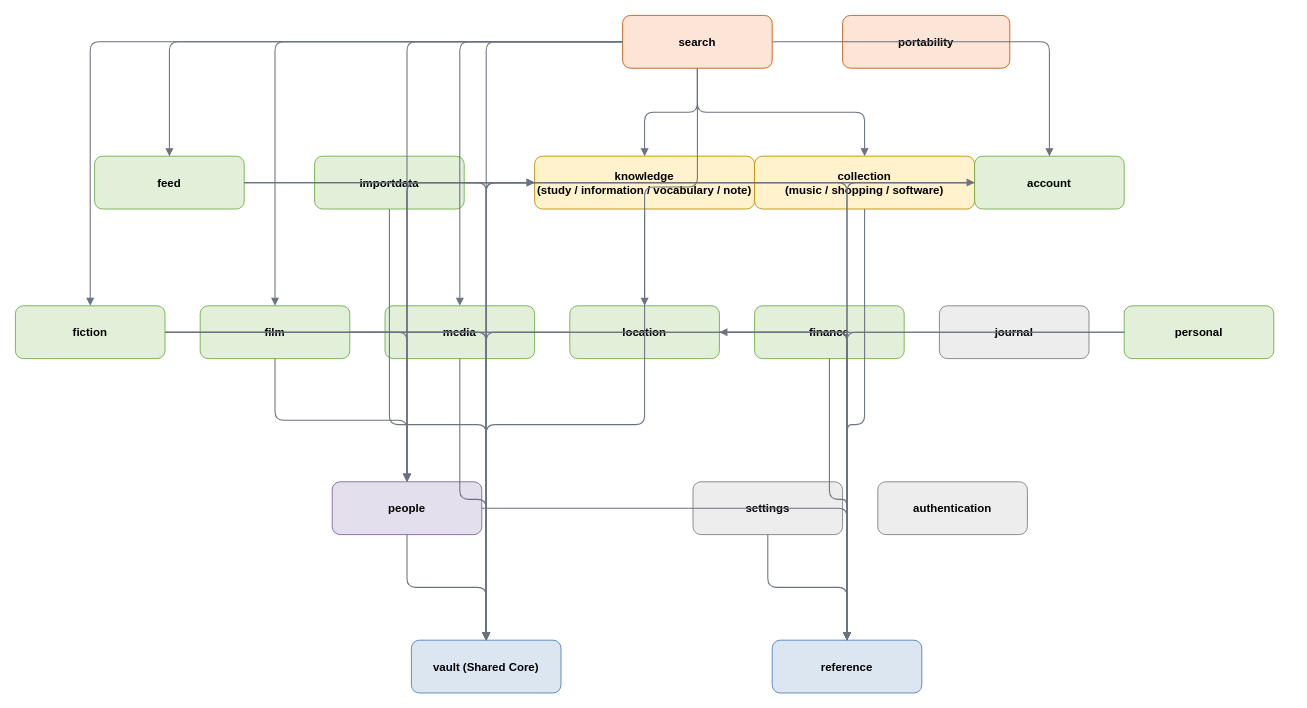
Earlier version of the draw.io diagram docs/architecture/diagrams/source/module-dependencies.drawio (vhvkhangg/personal-private-vault). Source tidied: cells renumbered, new cells numbered last; positions are measured from the earlier drawing's top-left corner, leaving out a move shared by most shapes. Both pictures are drawn from the tidied source at 88%, with x=0, y=0 at pixel (15, 15).
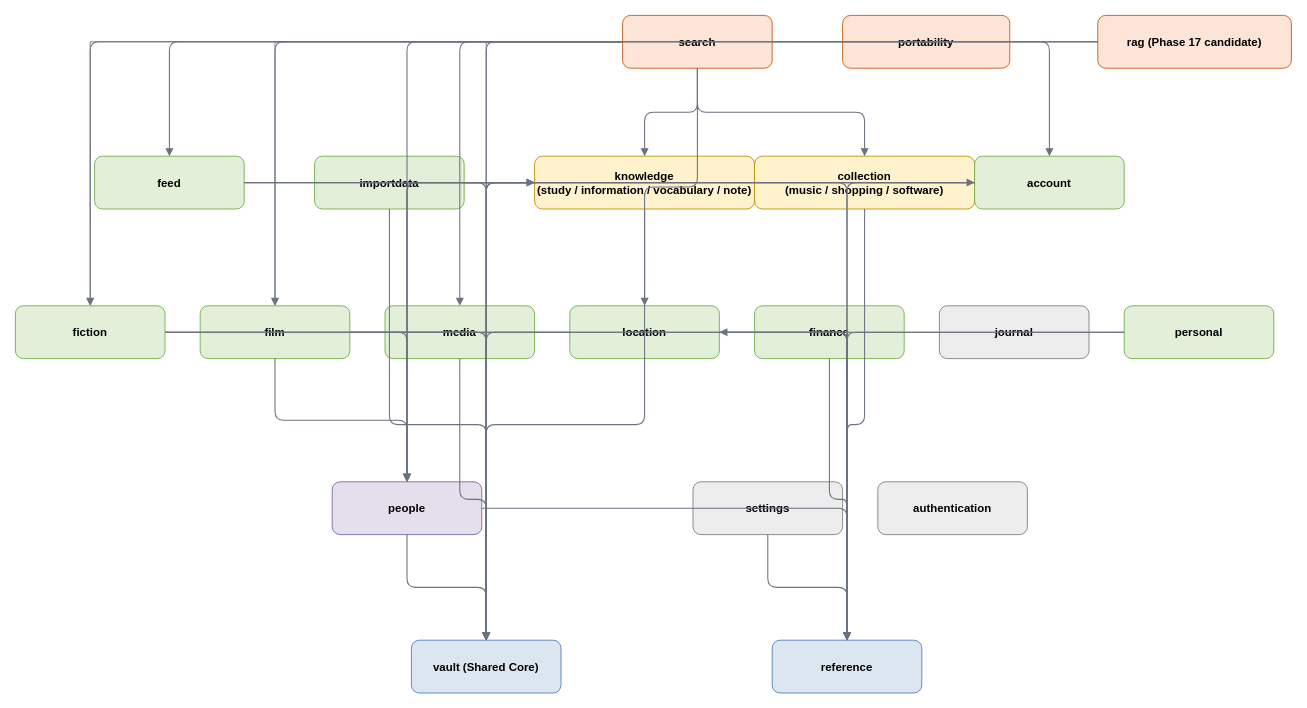
Above is the later version.

The change refers to these unchanged cells:
```xml
<mxCell id="9" value="fiction" style="rounded=1;whiteSpace=wrap;html=1;fillColor=#E2F0D9;strokeColor=#70AD47;fontStyle=1;fontSize=13;align=center;verticalAlign=middle;" parent="1" vertex="1">
  <mxGeometry y="330" width="170" height="60" as="geometry" />
</mxCell>
<mxCell id="10" value="film" style="rounded=1;whiteSpace=wrap;html=1;fillColor=#E2F0D9;strokeColor=#70AD47;fontStyle=1;fontSize=13;align=center;verticalAlign=middle;" parent="1" vertex="1">
  <mxGeometry x="210" y="330" width="170" height="60" as="geometry" />
</mxCell>
<mxCell id="19" value="vault (Shared Core)" style="rounded=1;whiteSpace=wrap;html=1;fillColor=#DCE6F1;strokeColor=#4F81BD;fontStyle=1;fontSize=13;align=center;verticalAlign=middle;" parent="1" vertex="1">
  <mxGeometry x="450" y="710" width="170" height="60" as="geometry" />
</mxCell>
```

Diff of the diagram source:
```diff
@@
+    <mxCell id="59" value="rag (Phase 17 candidate)" style="rounded=1;whiteSpace=wrap;html=1;fillColor=#FCE4D6;strokeColor=#C65911;fontStyle=1;fontSize=13;align=center;verticalAlign=middle;" parent="1" vertex="1">
+      <mxGeometry x="1230" width="220" height="60" as="geometry" />
+    </mxCell>
+    <mxCell id="60" style="edgeStyle=orthogonalEdgeStyle;rounded=0;html=1;endArrow=classic;strokeColor=#6B7280;" parent="1" edge="1" source="59" target="19">
+      <mxGeometry relative="1" as="geometry" />
+    </mxCell>
+    <mxCell id="61" style="edgeStyle=orthogonalEdgeStyle;rounded=0;html=1;endArrow=classic;strokeColor=#6B7280;" parent="1" edge="1" source="59" target="9">
+      <mxGeometry relative="1" as="geometry" />
+    </mxCell>
+    <mxCell id="62" style="edgeStyle=orthogonalEdgeStyle;rounded=0;html=1;endArrow=classic;strokeColor=#6B7280;" parent="1" edge="1" source="59" target="10">
+      <mxGeometry relative="1" as="geometry" />
+    </mxCell>
```
